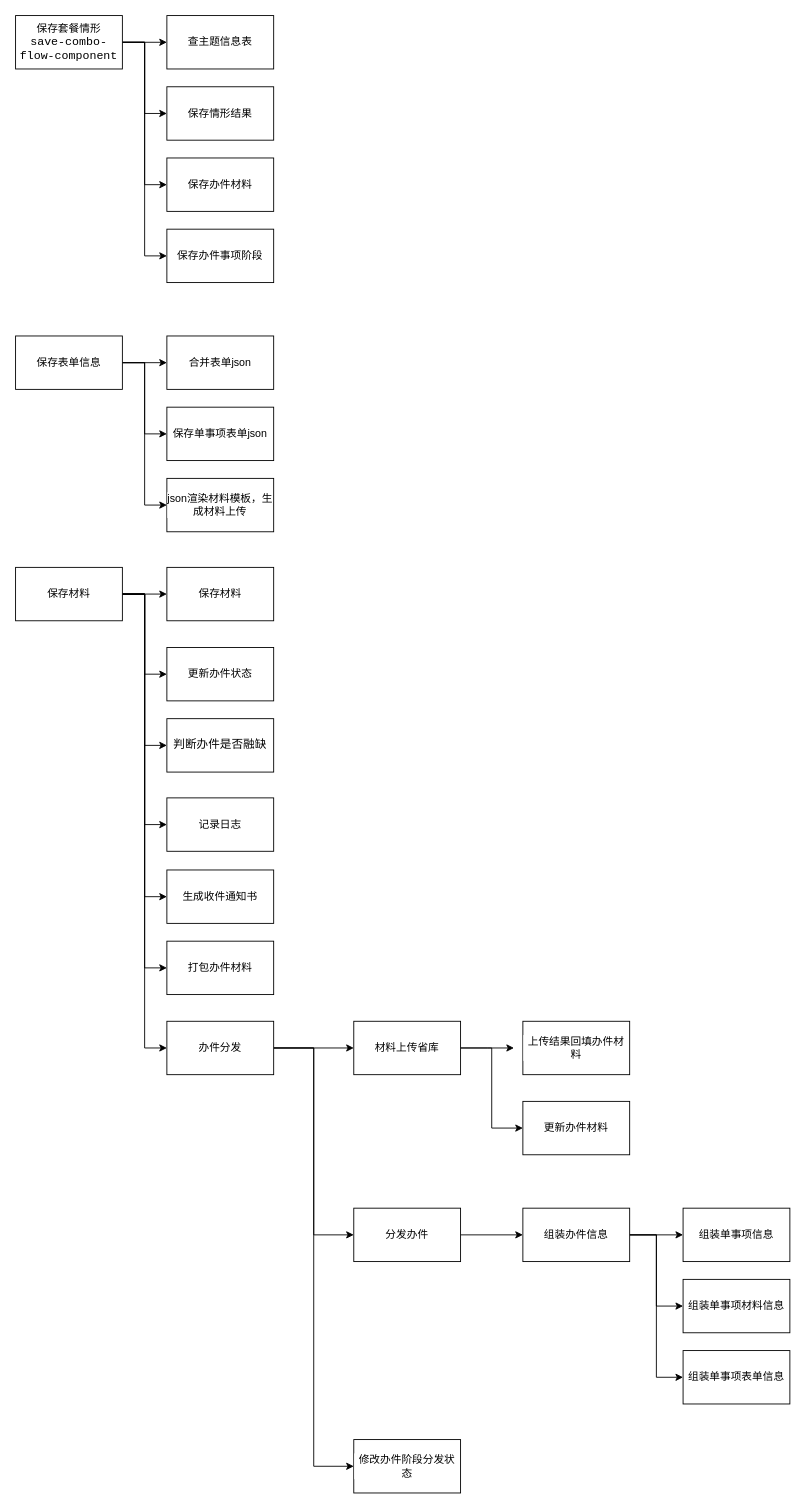
Earlier version of the draw.io diagram distribute办件流程.drawio (ChengyangLei/diagrams). Source tidied: cells renumbered, new cells numbered last; positions are measured from the earlier drawing's top-left corner, leaving out a move shared by most shapes. Both pictures are drawn from the tidied source at 89%, with x=0, y=0 at pixel (15, 15).
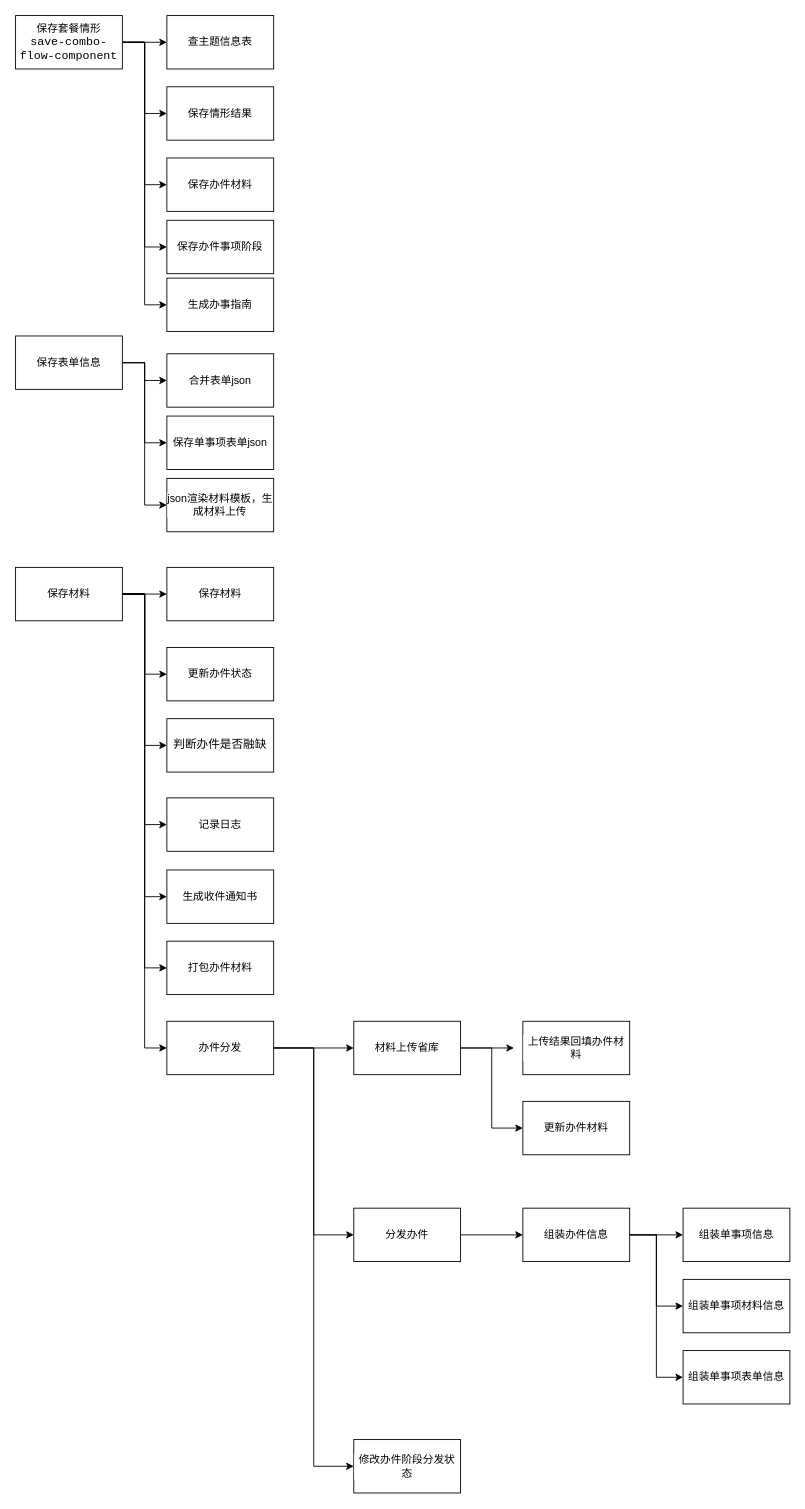
The same diagram, later.

Unchanged cells that the change refers to:
```xml
<mxCell id="6" value="保存套餐情形&lt;br&gt;&lt;span style=&quot;font-family: &amp;quot;JetBrains Mono&amp;quot;, monospace; font-size: 9.8pt; background-color: rgb(255, 255, 255);&quot;&gt;save-combo-flow-component&lt;/span&gt;" style="rounded=0;whiteSpace=wrap;html=1;" parent="1" vertex="1">
  <mxGeometry width="120" height="60" as="geometry" />
</mxCell>
```

Diff of the diagram source:
```diff
@@
+    <mxCell id="51" style="edgeStyle=orthogonalEdgeStyle;rounded=0;jettySize=auto;html=1;entryX=0;entryY=0.5;entryDx=0;entryDy=0;fontColor=#000000;" parent="1" edge="1" source="6" target="52">
+      <mxGeometry relative="1" as="geometry" />
+    </mxCell>
@@
     <mxCell id="10" value="保存办件事项阶段" style="rounded=0;whiteSpace=wrap;html=1;labelBackgroundColor=#FFFFFF;fontColor=#000000;" parent="1" vertex="1">
-      <mxGeometry x="170" y="240" width="120" height="60" as="geometry" />
+      <mxGeometry x="170" y="230" width="120" height="60" as="geometry" />
     </mxCell>
@@
     <mxCell id="15" value="合并表单json" style="rounded=0;whiteSpace=wrap;html=1;labelBackgroundColor=#FFFFFF;fontColor=#000000;" parent="1" vertex="1">
-      <mxGeometry x="170" y="360" width="120" height="60" as="geometry" />
+      <mxGeometry x="170" y="380" width="120" height="60" as="geometry" />
     </mxCell>
     <mxCell id="16" value="保存单事项表单json" style="rounded=0;whiteSpace=wrap;html=1;labelBackgroundColor=#FFFFFF;fontColor=#000000;" parent="1" vertex="1">
-      <mxGeometry x="170" y="440" width="120" height="60" as="geometry" />
+      <mxGeometry x="170" y="450" width="120" height="60" as="geometry" />
     </mxCell>
@@
+    <mxCell id="52" value="生成办事指南" style="rounded=0;whiteSpace=wrap;html=1;labelBackgroundColor=#FFFFFF;fontColor=#000000;" parent="1" vertex="1">
+      <mxGeometry x="170" y="295" width="120" height="60" as="geometry" />
+    </mxCell>
```
